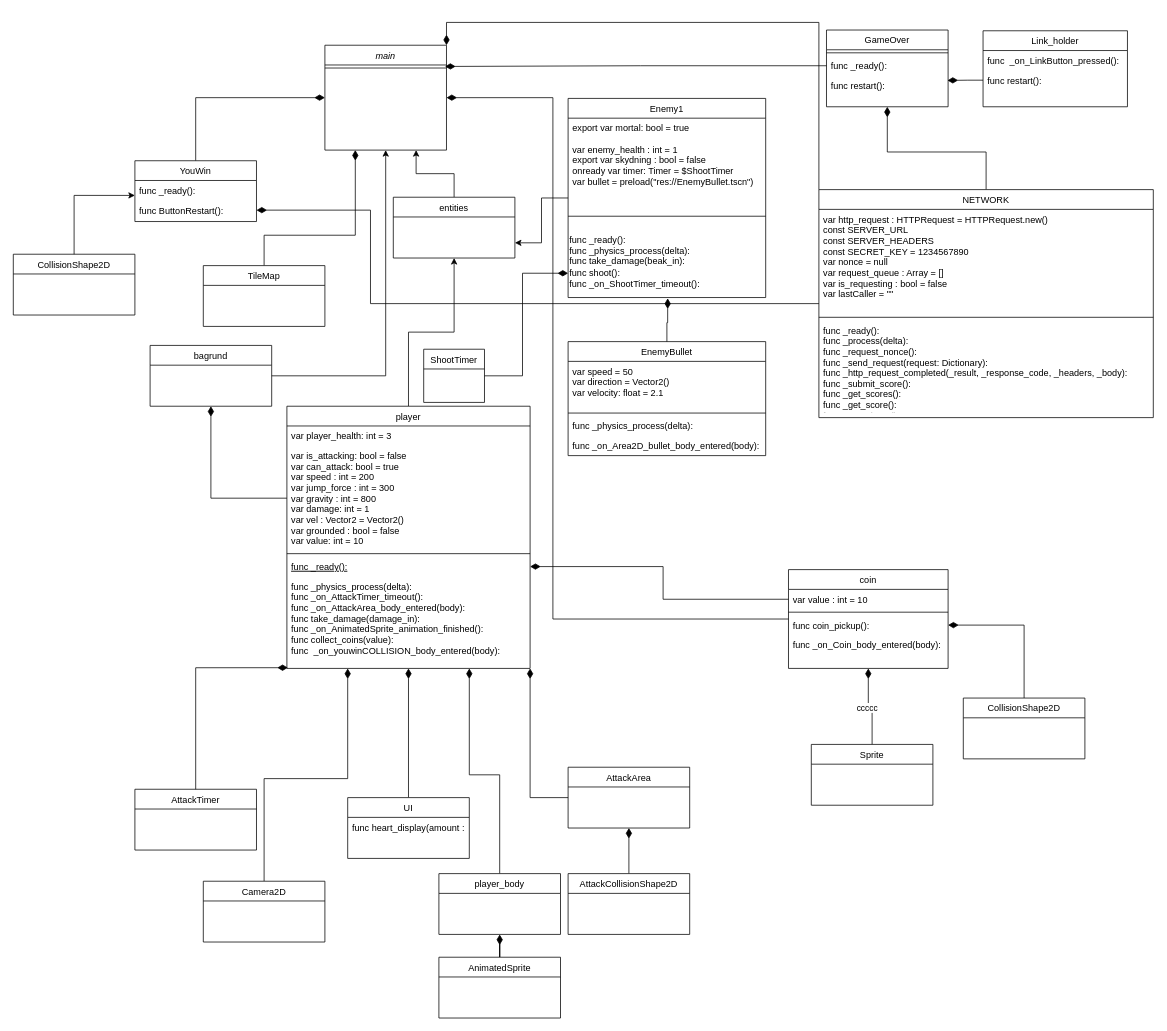
The draw.io diagram klasse diagram.drawio in Anasbananhovede/eksame-projekt, before the edit. Source tidied: cells renumbered, new cells numbered last; positions are measured from the earlier drawing's top-left corner, leaving out a move shared by most shapes. Both pictures are drawn from the tidied source at 76%, with x=0, y=0 at pixel (13, 30).
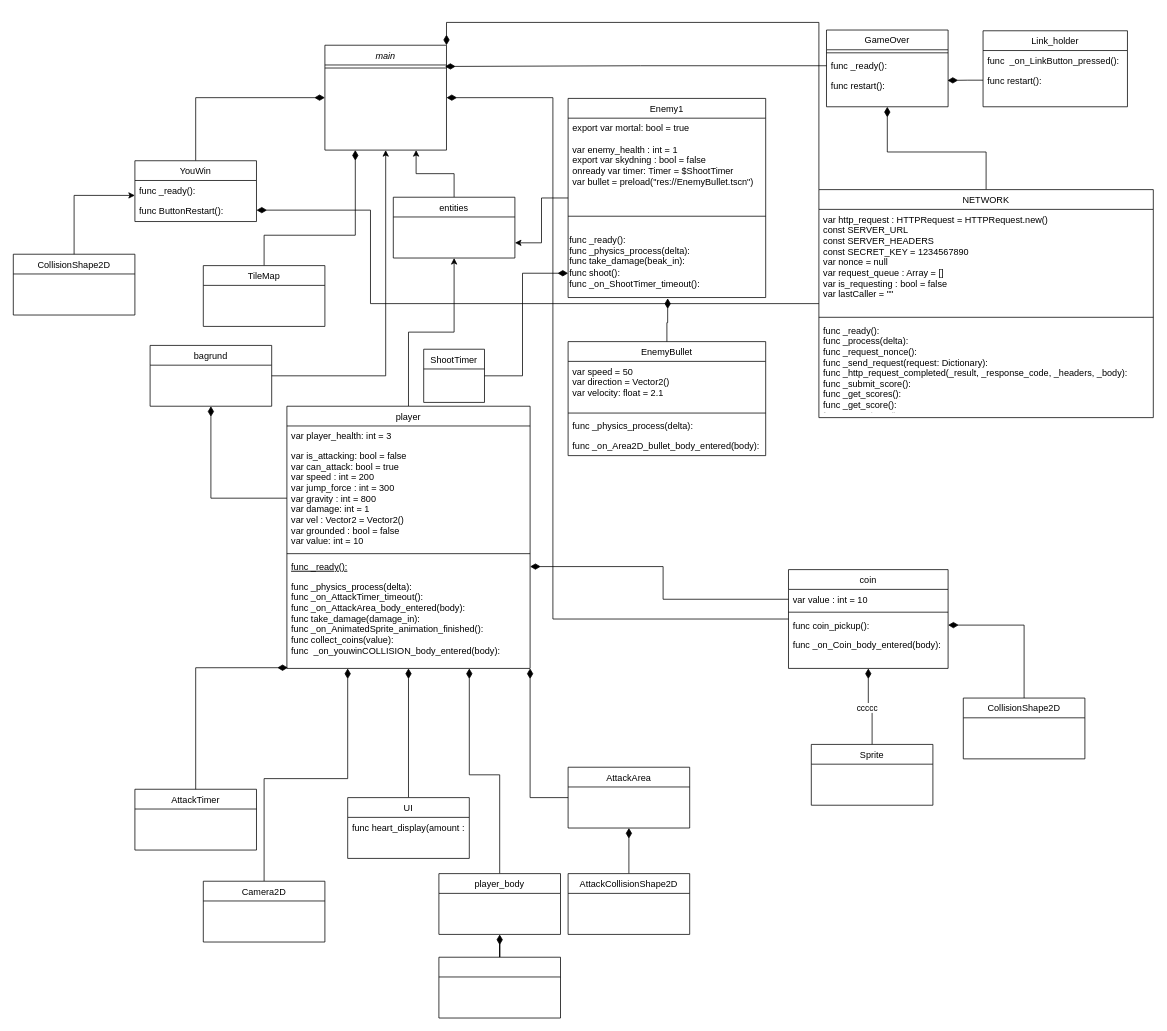
The same page after the edit.

Commit message:
siger jeg skal gemme idk.drawio

Change to the diagram source:
```diff
@@
-    <mxCell id="62" value="AnimatedSprite" style="swimlane;fontStyle=0;align=center;verticalAlign=top;horizontal=1;startSize=26;rounded=0;shadow=0;strokeWidth=1;" parent="1" vertex="1">
+    <mxCell id="62" value=" " style="swimlane;fontStyle=0;align=center;verticalAlign=top;horizontal=1;startSize=26;rounded=0;shadow=0;strokeWidth=1;" parent="1" vertex="1">
       <mxGeometry x="560" y="1220" width="160" height="80" as="geometry" />
     </mxCell>
```
